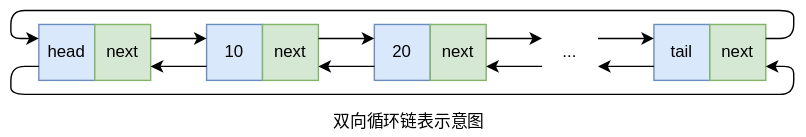
Above: images/DoubleLinkList/双向循环链表示意图.svg in Jay-enhanced/Cplusplus-DataStructure (draw.io), before the change. Source tidied: cells renumbered, new cells last; positions are measured from the earlier drawing's top-left corner, leaving out a move shared by most shapes.
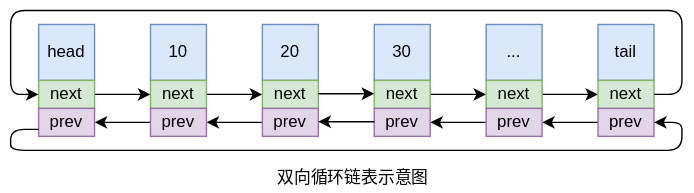
Later version of the same file.

Change to the diagram source:
```diff
@@ -2,54 +2,30 @@
   <root>
     <mxCell id="0" />
     <mxCell id="1" parent="0" />
-    <mxCell id="2" style="group;" parent="1" vertex="1">
-      <mxGeometry x="20" y="10" width="80" height="40" as="geometry" />
-    </mxCell>
-    <mxCell id="3" value="head" style="whiteSpace=wrap;html=1;fillColor=#dae8fc;strokeColor=#6c8ebf;" parent="2" vertex="1">
-      <mxGeometry width="40" height="40" as="geometry" />
-    </mxCell>
-    <mxCell id="4" value="next" style="whiteSpace=wrap;html=1;fillColor=#d5e8d4;strokeColor=#82b366;" parent="2" vertex="1">
-      <mxGeometry x="40" width="40" height="40" as="geometry" />
-    </mxCell>
-    <mxCell id="5" style="group;" parent="1" vertex="1">
-      <mxGeometry x="140" y="10" width="80" height="40" as="geometry" />
-    </mxCell>
-    <mxCell id="6" value="10" style="whiteSpace=wrap;html=1;fillColor=#dae8fc;strokeColor=#6c8ebf;" parent="5" vertex="1">
-      <mxGeometry width="40" height="40" as="geometry" />
-    </mxCell>
-    <mxCell id="7" value="next" style="whiteSpace=wrap;html=1;fillColor=#d5e8d4;strokeColor=#82b366;" parent="5" vertex="1">
-      <mxGeometry x="40" width="40" height="40" as="geometry" />
-    </mxCell>
-    <mxCell id="8" style="group;" parent="1" vertex="1">
-      <mxGeometry x="260" y="10" width="80" height="40" as="geometry" />
-    </mxCell>
-    <mxCell id="9" value="20" style="whiteSpace=wrap;html=1;fillColor=#dae8fc;strokeColor=#6c8ebf;" parent="8" vertex="1">
-      <mxGeometry width="40" height="40" as="geometry" />
-    </mxCell>
-    <mxCell id="10" value="next" style="whiteSpace=wrap;html=1;fillColor=#d5e8d4;strokeColor=#82b366;" parent="8" vertex="1">
-      <mxGeometry x="40" width="40" height="40" as="geometry" />
-    </mxCell>
-    <mxCell id="11" style="endArrow=classic;html=1;exitX=1;exitY=0.25;exitDx=0;exitDy=0;entryX=0;entryY=0.25;entryDx=0;entryDy=0;" parent="1" edge="1" source="4" target="6">
-      <mxGeometry relative="1" as="geometry" />
+    <mxCell id="11" style="endArrow=classic;html=1;exitX=1;exitY=0.25;exitDx=0;exitDy=0;entryX=0;entryY=0.25;entryDx=0;entryDy=0;" parent="1" edge="1">
+      <mxGeometry relative="1" as="geometry">
+        <mxPoint x="100" y="20" as="sourcePoint" />
+        <mxPoint x="140" y="20" as="targetPoint" />
+      </mxGeometry>
     </mxCell>
-    <mxCell id="12" style="endArrow=classic;html=1;entryX=1;entryY=0.75;entryDx=0;entryDy=0;exitX=0;exitY=0.75;exitDx=0;exitDy=0;" parent="1" edge="1" source="6" target="4">
-      <mxGeometry relative="1" as="geometry" />
+    <mxCell id="12" style="endArrow=classic;html=1;entryX=1;entryY=0.75;entryDx=0;entryDy=0;exitX=0;exitY=0.75;exitDx=0;exitDy=0;" parent="1" edge="1">
+      <mxGeometry relative="1" as="geometry">
+        <mxPoint x="140" y="40" as="sourcePoint" />
+        <mxPoint x="100" y="40" as="targetPoint" />
+      </mxGeometry>
     </mxCell>
     <mxCell id="13" style="endArrow=classic;html=1;exitX=1;exitY=0.25;exitDx=0;exitDy=0;entryX=0;entryY=0.25;entryDx=0;entryDy=0;" parent="1" edge="1">
       <mxGeometry relative="1" as="geometry">
-        <mxPoint x="220" y="20" as="sourcePoint" />
-        <mxPoint x="260" y="20" as="targetPoint" />
+        <mxPoint x="180" y="20" as="sourcePoint" />
+        <mxPoint x="220" y="20" as="targetPoint" />
       </mxGeometry>
     </mxCell>
     <mxCell id="14" style="endArrow=classic;html=1;entryX=1;entryY=0.75;entryDx=0;entryDy=0;exitX=0;exitY=0.75;exitDx=0;exitDy=0;" parent="1" edge="1">
       <mxGeometry relative="1" as="geometry">
-        <mxPoint x="260" y="40" as="sourcePoint" />
-        <mxPoint x="220" y="40" as="targetPoint" />
+        <mxPoint x="220" y="40" as="sourcePoint" />
+        <mxPoint x="180" y="40" as="targetPoint" />
       </mxGeometry>
     </mxCell>
-    <mxCell id="15" value="..." style="text;html=1;strokeColor=none;fillColor=none;align=center;verticalAlign=middle;whiteSpace=wrap;rounded=0;" parent="1" vertex="1">
-      <mxGeometry x="380" y="20" width="40" height="20" as="geometry" />
-    </mxCell>
     <mxCell id="16" style="endArrow=classic;html=1;exitX=1;exitY=0.25;exitDx=0;exitDy=0;entryX=0;entryY=0.25;entryDx=0;entryDy=0;" parent="1" edge="1">
       <mxGeometry relative="1" as="geometry">
         <mxPoint x="340" y="20" as="sourcePoint" />
@@ -62,15 +38,6 @@
         <mxPoint x="340" y="40" as="targetPoint" />
       </mxGeometry>
     </mxCell>
-    <mxCell id="18" style="group;" parent="1" vertex="1">
-      <mxGeometry x="460" y="10" width="80" height="40" as="geometry" />
-    </mxCell>
-    <mxCell id="19" value="tail" style="whiteSpace=wrap;html=1;fillColor=#dae8fc;strokeColor=#6c8ebf;" parent="18" vertex="1">
-      <mxGeometry width="40" height="40" as="geometry" />
-    </mxCell>
-    <mxCell id="20" value="next" style="whiteSpace=wrap;html=1;fillColor=#d5e8d4;strokeColor=#82b366;" parent="18" vertex="1">
-      <mxGeometry x="40" width="40" height="40" as="geometry" />
-    </mxCell>
     <mxCell id="21" style="endArrow=classic;html=1;exitX=1;exitY=0.25;exitDx=0;exitDy=0;entryX=0;entryY=0.25;entryDx=0;entryDy=0;" parent="1" edge="1">
       <mxGeometry relative="1" as="geometry">
         <mxPoint x="420" y="20" as="sourcePoint" />
@@ -83,28 +50,95 @@
         <mxPoint x="420" y="40" as="targetPoint" />
       </mxGeometry>
     </mxCell>
-    <mxCell id="23" style="endArrow=classic;html=1;exitX=1;exitY=0.25;exitDx=0;exitDy=0;edgeStyle=orthogonalEdgeStyle;entryX=0;entryY=0.25;entryDx=0;entryDy=0;" parent="1" edge="1" source="20" target="3">
-      <mxGeometry relative="1" as="geometry">
-        <Array as="points">
-          <mxPoint x="560" y="20" />
-          <mxPoint x="560" />
-          <mxPoint />
-          <mxPoint y="20" />
-        </Array>
-      </mxGeometry>
-    </mxCell>
-    <mxCell id="24" style="endArrow=classic;html=1;exitX=0;exitY=0.75;exitDx=0;exitDy=0;edgeStyle=orthogonalEdgeStyle;entryX=1;entryY=0.75;entryDx=0;entryDy=0;" parent="1" edge="1" source="3" target="20">
-      <mxGeometry relative="1" as="geometry">
-        <Array as="points">
-          <mxPoint y="40" />
-          <mxPoint y="60" />
-          <mxPoint x="560" y="60" />
-          <mxPoint x="560" y="40" />
-        </Array>
-      </mxGeometry>
-    </mxCell>
     <mxCell id="25" value="双向循环链表示意图" style="text;html=1;strokeColor=none;fillColor=none;align=center;verticalAlign=middle;whiteSpace=wrap;rounded=0;" parent="1" vertex="1">
       <mxGeometry x="210" y="70" width="150" height="20" as="geometry" />
     </mxCell>
+    <mxCell id="3" value="head" style="whiteSpace=wrap;html=1;fillColor=#dae8fc;strokeColor=#6c8ebf;" parent="1" vertex="1">
+      <mxGeometry x="60" y="-30" width="40" height="40" as="geometry" />
+    </mxCell>
+    <mxCell id="26" value="next" style="rounded=0;whiteSpace=wrap;html=1;fillColor=#d5e8d4;strokeColor=#82b366;" parent="1" vertex="1">
+      <mxGeometry x="60" y="10" width="40" height="20" as="geometry" />
+    </mxCell>
+    <mxCell id="27" value="prev" style="rounded=0;whiteSpace=wrap;html=1;fillColor=#e1d5e7;strokeColor=#9673a6;" parent="1" vertex="1">
+      <mxGeometry x="60" y="30" width="40" height="20" as="geometry" />
+    </mxCell>
+    <mxCell id="6" value="10" style="whiteSpace=wrap;html=1;fillColor=#dae8fc;strokeColor=#6c8ebf;" parent="1" vertex="1">
+      <mxGeometry x="140" y="-30" width="40" height="40" as="geometry" />
+    </mxCell>
+    <mxCell id="28" value="next" style="rounded=0;whiteSpace=wrap;html=1;fillColor=#d5e8d4;strokeColor=#82b366;" parent="1" vertex="1">
+      <mxGeometry x="140" y="10" width="40" height="20" as="geometry" />
+    </mxCell>
+    <mxCell id="29" value="prev" style="rounded=0;whiteSpace=wrap;html=1;fillColor=#e1d5e7;strokeColor=#9673a6;" parent="1" vertex="1">
+      <mxGeometry x="140" y="30" width="40" height="20" as="geometry" />
+    </mxCell>
+    <mxCell id="9" value="20" style="whiteSpace=wrap;html=1;fillColor=#dae8fc;strokeColor=#6c8ebf;" parent="1" vertex="1">
+      <mxGeometry x="220" y="-30" width="40" height="40" as="geometry" />
+    </mxCell>
+    <mxCell id="30" value="next" style="rounded=0;whiteSpace=wrap;html=1;fillColor=#d5e8d4;strokeColor=#82b366;" parent="1" vertex="1">
+      <mxGeometry x="220" y="10" width="40" height="20" as="geometry" />
+    </mxCell>
+    <mxCell id="31" value="prev" style="rounded=0;whiteSpace=wrap;html=1;fillColor=#e1d5e7;strokeColor=#9673a6;" parent="1" vertex="1">
+      <mxGeometry x="220" y="30" width="40" height="20" as="geometry" />
+    </mxCell>
+    <mxCell id="32" value="30" style="whiteSpace=wrap;html=1;fillColor=#dae8fc;strokeColor=#6c8ebf;" parent="1" vertex="1">
+      <mxGeometry x="300" y="-30" width="40" height="40" as="geometry" />
+    </mxCell>
+    <mxCell id="33" value="next" style="rounded=0;whiteSpace=wrap;html=1;fillColor=#d5e8d4;strokeColor=#82b366;" parent="1" vertex="1">
+      <mxGeometry x="300" y="10" width="40" height="20" as="geometry" />
+    </mxCell>
+    <mxCell id="34" value="prev" style="rounded=0;whiteSpace=wrap;html=1;fillColor=#e1d5e7;strokeColor=#9673a6;" parent="1" vertex="1">
+      <mxGeometry x="300" y="30" width="40" height="20" as="geometry" />
+    </mxCell>
+    <mxCell id="35" style="endArrow=classic;html=1;exitX=1;exitY=0.25;exitDx=0;exitDy=0;entryX=0;entryY=0.25;entryDx=0;entryDy=0;" parent="1" edge="1">
+      <mxGeometry relative="1" as="geometry">
+        <mxPoint x="260" y="19.5" as="sourcePoint" />
+        <mxPoint x="300" y="19.5" as="targetPoint" />
+      </mxGeometry>
+    </mxCell>
+    <mxCell id="36" style="endArrow=classic;html=1;entryX=1;entryY=0.75;entryDx=0;entryDy=0;exitX=0;exitY=0.75;exitDx=0;exitDy=0;" parent="1" edge="1">
+      <mxGeometry relative="1" as="geometry">
+        <mxPoint x="300" y="39.5" as="sourcePoint" />
+        <mxPoint x="260" y="39.5" as="targetPoint" />
+      </mxGeometry>
+    </mxCell>
+    <mxCell id="15" value="..." style="whiteSpace=wrap;html=1;fillColor=#dae8fc;strokeColor=#6c8ebf;" parent="1" vertex="1">
+      <mxGeometry x="380" y="-30" width="40" height="40" as="geometry" />
+    </mxCell>
+    <mxCell id="37" value="next" style="rounded=0;whiteSpace=wrap;html=1;fillColor=#d5e8d4;strokeColor=#82b366;" parent="1" vertex="1">
+      <mxGeometry x="380" y="10" width="40" height="20" as="geometry" />
+    </mxCell>
+    <mxCell id="38" value="prev" style="rounded=0;whiteSpace=wrap;html=1;fillColor=#e1d5e7;strokeColor=#9673a6;" parent="1" vertex="1">
+      <mxGeometry x="380" y="30" width="40" height="20" as="geometry" />
+    </mxCell>
+    <mxCell id="19" value="tail" style="whiteSpace=wrap;html=1;fillColor=#dae8fc;strokeColor=#6c8ebf;" parent="1" vertex="1">
+      <mxGeometry x="460" y="-30" width="40" height="40" as="geometry" />
+    </mxCell>
+    <mxCell id="39" value="next" style="rounded=0;whiteSpace=wrap;html=1;fillColor=#d5e8d4;strokeColor=#82b366;" parent="1" vertex="1">
+      <mxGeometry x="460" y="10" width="40" height="20" as="geometry" />
+    </mxCell>
+    <mxCell id="40" value="prev" style="rounded=0;whiteSpace=wrap;html=1;fillColor=#e1d5e7;strokeColor=#9673a6;" parent="1" vertex="1">
+      <mxGeometry x="460" y="30" width="40" height="20" as="geometry" />
+    </mxCell>
+    <mxCell id="41" style="endArrow=classic;html=1;entryX=0;entryY=0.5;entryDx=0;entryDy=0;edgeStyle=orthogonalEdgeStyle;" parent="1" edge="1" target="26">
+      <mxGeometry relative="1" as="geometry">
+        <mxPoint x="500" y="20" as="sourcePoint" />
+        <Array as="points">
+          <mxPoint x="520" y="20" />
+          <mxPoint x="520" y="-40" />
+          <mxPoint x="40" y="-40" />
+          <mxPoint x="40" y="20" />
+        </Array>
+      </mxGeometry>
+    </mxCell>
+    <mxCell id="42" style="endArrow=classic;html=1;edgeStyle=orthogonalEdgeStyle;exitX=0;exitY=0.75;exitDx=0;exitDy=0;entryX=1;entryY=0.5;entryDx=0;entryDy=0;" parent="1" edge="1" source="27" target="40">
+      <mxGeometry relative="1" as="geometry">
+        <Array as="points">
+          <mxPoint x="40" y="45" />
+          <mxPoint x="40" y="60" />
+          <mxPoint x="520" y="60" />
+          <mxPoint x="520" y="40" />
+        </Array>
+      </mxGeometry>
+    </mxCell>
   </root>
 </mxGraphModel>
```
